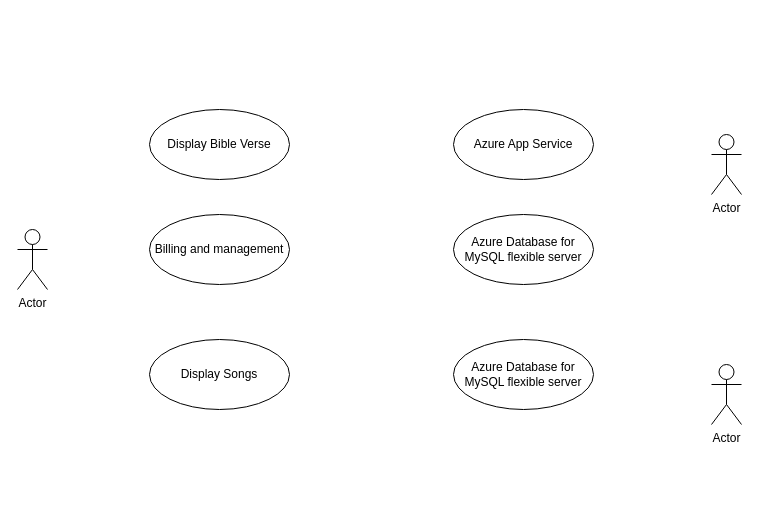
This is Untitled Diagram.drawio from chrispaul07/Sac-3.0-prototype, a draw.io file, before an edit. Source tidied: cells renumbered, new cells numbered last; positions are measured from the earlier drawing's top-left corner, leaving out a move shared by most shapes. Both pictures are drawn from the tidied source at 100%, with x=0, y=0 at pixel (17, 109).
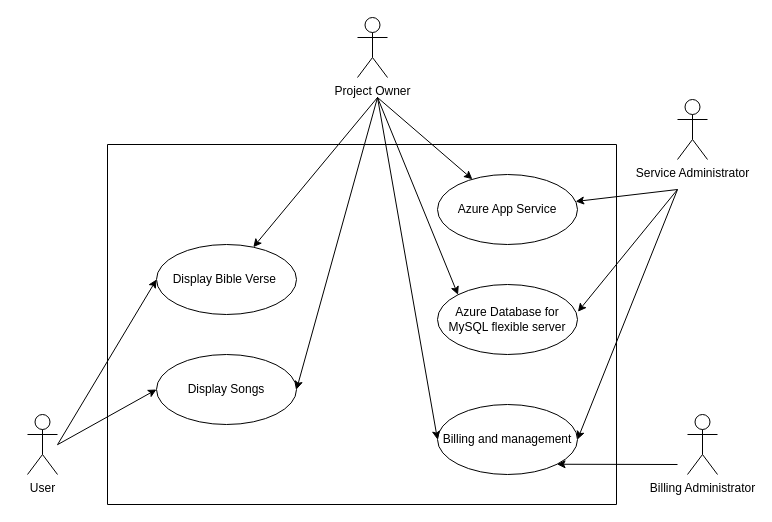
After the change.

What changed in the source:
```diff
@@
-    <mxCell id="2" value="Actor" style="shape=umlActor;verticalLabelPosition=bottom;verticalAlign=top;html=1;" parent="1" vertex="1">
-      <mxGeometry y="120" width="30" height="60" as="geometry" />
+    <mxCell id="2" value="User" style="shape=umlActor;verticalLabelPosition=bottom;verticalAlign=top;html=1;" parent="1" vertex="1">
+      <mxGeometry x="10" y="305" width="30" height="60" as="geometry" />
     </mxCell>
-    <mxCell id="3" value="Display Bible Verse" style="ellipse;whiteSpace=wrap;html=1;" parent="1" vertex="1">
-      <mxGeometry x="132" width="140" height="70" as="geometry" />
-    </mxCell>
-    <mxCell id="4" value="Display Songs" style="ellipse;whiteSpace=wrap;html=1;" parent="1" vertex="1">
-      <mxGeometry x="132" y="230" width="140" height="70" as="geometry" />
-    </mxCell>
-    <mxCell id="5" value="Azure Database for MySQL flexible server" style="ellipse;whiteSpace=wrap;html=1;" parent="1" vertex="1">
-      <mxGeometry x="436" y="105" width="140" height="70" as="geometry" />
-    </mxCell>
-    <mxCell id="6" value="Azure App Service" style="ellipse;whiteSpace=wrap;html=1;" parent="1" vertex="1">
-      <mxGeometry x="436" width="140" height="70" as="geometry" />
-    </mxCell>
-    <mxCell id="7" value="Azure Database for MySQL flexible server" style="ellipse;whiteSpace=wrap;html=1;" parent="1" vertex="1">
-      <mxGeometry x="436" y="230" width="140" height="70" as="geometry" />
-    </mxCell>
-    <mxCell id="8" value="Billing and management" style="ellipse;whiteSpace=wrap;html=1;" parent="1" vertex="1">
-      <mxGeometry x="132" y="105" width="140" height="70" as="geometry" />
-    </mxCell>
-    <mxCell id="9" value="Actor" style="shape=umlActor;verticalLabelPosition=bottom;verticalAlign=top;html=1;" parent="1" vertex="1">
-      <mxGeometry x="694" y="25" width="30" height="60" as="geometry" />
+    <mxCell id="9" value="Service Administrator" style="shape=umlActor;verticalLabelPosition=bottom;verticalAlign=top;html=1;" parent="1" vertex="1">
+      <mxGeometry x="660" y="-10" width="30" height="60" as="geometry" />
     </mxCell>
-    <mxCell id="10" value="Actor" style="shape=umlActor;verticalLabelPosition=bottom;verticalAlign=top;html=1;" parent="1" vertex="1">
-      <mxGeometry x="694" y="255" width="30" height="60" as="geometry" />
+    <mxCell id="10" value="Billing Administrator" style="shape=umlActor;verticalLabelPosition=bottom;verticalAlign=top;html=1;" parent="1" vertex="1">
+      <mxGeometry x="670" y="305" width="30" height="60" as="geometry" />
     </mxCell>
+    <mxCell id="11" style="swimlane;startSize=0;" parent="1" vertex="1">
+      <mxGeometry x="90" y="35" width="509" height="360" as="geometry" />
+    </mxCell>
+    <mxCell id="3" value="Display Bible Verse&amp;nbsp;" style="ellipse;whiteSpace=wrap;html=1;" parent="11" vertex="1">
+      <mxGeometry x="49" y="100" width="140" height="70" as="geometry" />
+    </mxCell>
+    <mxCell id="6" value="Azure App Service" style="ellipse;whiteSpace=wrap;html=1;" parent="11" vertex="1">
+      <mxGeometry x="330" y="30" width="140" height="70" as="geometry" />
+    </mxCell>
+    <mxCell id="5" value="Azure Database for MySQL flexible server" style="ellipse;whiteSpace=wrap;html=1;" parent="11" vertex="1">
+      <mxGeometry x="330" y="140" width="140" height="70" as="geometry" />
+    </mxCell>
+    <mxCell id="7" value="Billing and management" style="ellipse;whiteSpace=wrap;html=1;" parent="11" vertex="1">
+      <mxGeometry x="330" y="260" width="140" height="70" as="geometry" />
+    </mxCell>
+    <mxCell id="4" value="Display Songs" style="ellipse;whiteSpace=wrap;html=1;" parent="11" vertex="1">
+      <mxGeometry x="49" y="210" width="140" height="70" as="geometry" />
+    </mxCell>
+    <mxCell id="12" style="endArrow=classic;html=1;rounded=0;exitX=0.5;exitY=0.5;exitDx=0;exitDy=0;exitPerimeter=0;entryX=0;entryY=0.5;entryDx=0;entryDy=0;" parent="11" edge="1" target="3">
+      <mxGeometry relative="1" as="geometry">
+        <mxPoint x="-50" y="300.2" as="sourcePoint" />
+      </mxGeometry>
+    </mxCell>
+    <mxCell id="13" style="endArrow=classic;html=1;rounded=0;exitX=0.5;exitY=0.5;exitDx=0;exitDy=0;exitPerimeter=0;entryX=0;entryY=0.5;entryDx=0;entryDy=0;" parent="11" edge="1" target="4">
+      <mxGeometry relative="1" as="geometry">
+        <mxPoint x="-50" y="300.2" as="sourcePoint" />
+      </mxGeometry>
+    </mxCell>
+    <mxCell id="14" value="Project Owner" style="shape=umlActor;verticalLabelPosition=bottom;verticalAlign=top;html=1;" parent="1" vertex="1">
+      <mxGeometry x="340" y="-92" width="30" height="60" as="geometry" />
+    </mxCell>
+    <mxCell id="15" style="endArrow=classic;html=1;rounded=0;" parent="1" edge="1" target="6">
+      <mxGeometry relative="1" as="geometry">
+        <mxPoint x="360" y="-12" as="sourcePoint" />
+      </mxGeometry>
+    </mxCell>
+    <mxCell id="16" style="endArrow=classic;html=1;rounded=0;entryX=0;entryY=0;entryDx=0;entryDy=0;" parent="1" edge="1" target="5">
+      <mxGeometry relative="1" as="geometry">
+        <mxPoint x="360" y="-12" as="sourcePoint" />
+      </mxGeometry>
+    </mxCell>
+    <mxCell id="17" style="endArrow=classic;html=1;rounded=0;entryX=0;entryY=0.5;entryDx=0;entryDy=0;" parent="1" edge="1" target="7">
+      <mxGeometry relative="1" as="geometry">
+        <mxPoint x="360" y="-12" as="sourcePoint" />
+      </mxGeometry>
+    </mxCell>
+    <mxCell id="18" style="endArrow=classic;html=1;rounded=0;" parent="1" edge="1" target="3">
+      <mxGeometry relative="1" as="geometry">
+        <mxPoint x="360" y="-12" as="sourcePoint" />
+      </mxGeometry>
+    </mxCell>
+    <mxCell id="19" style="endArrow=classic;html=1;rounded=0;entryX=1;entryY=0.5;entryDx=0;entryDy=0;" parent="1" edge="1" target="4">
+      <mxGeometry relative="1" as="geometry">
+        <mxPoint x="360" y="-12" as="sourcePoint" />
+      </mxGeometry>
+    </mxCell>
+    <mxCell id="20" style="endArrow=classic;html=1;rounded=0;" parent="1" edge="1" target="6">
+      <mxGeometry relative="1" as="geometry">
+        <mxPoint x="660" y="80" as="sourcePoint" />
+      </mxGeometry>
+    </mxCell>
+    <mxCell id="21" style="endArrow=classic;html=1;rounded=0;entryX=1.003;entryY=0.389;entryDx=0;entryDy=0;entryPerimeter=0;" parent="1" edge="1" target="5">
+      <mxGeometry relative="1" as="geometry">
+        <mxPoint x="660" y="80" as="sourcePoint" />
+      </mxGeometry>
+    </mxCell>
+    <mxCell id="22" style="endArrow=classic;html=1;rounded=0;entryX=1;entryY=0.5;entryDx=0;entryDy=0;" parent="1" edge="1" target="7">
+      <mxGeometry relative="1" as="geometry">
+        <mxPoint x="660" y="80" as="sourcePoint" />
+      </mxGeometry>
+    </mxCell>
+    <mxCell id="23" style="endArrow=classic;html=1;rounded=0;entryX=1;entryY=1;entryDx=0;entryDy=0;" parent="1" edge="1" target="7">
+      <mxGeometry relative="1" as="geometry">
+        <mxPoint x="660" y="355" as="sourcePoint" />
+      </mxGeometry>
+    </mxCell>
```
